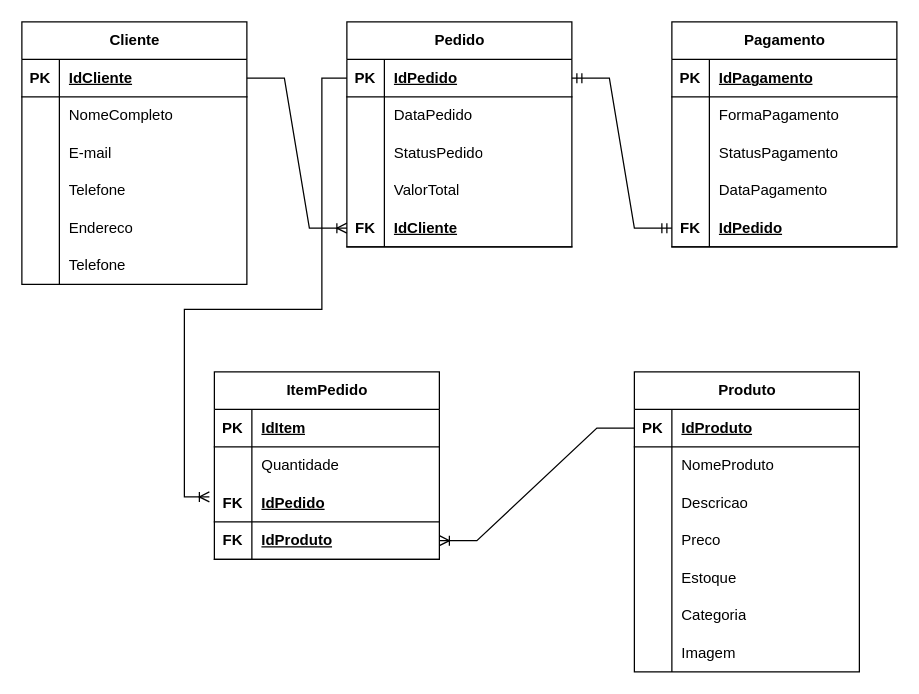
Earlier version of the draw.io diagram page "Modelo Lógico" (2 of 3) of BancoDeDados/ProjetoECommerce.drawio (ThalitaNeves95/ProjetoECommerce). Source tidied: cells renumbered, new cells numbered last; positions are measured from the earlier drawing's top-left corner, leaving out a move shared by most shapes. Both pictures are drawn from the tidied source at 125%, with x=0, y=0 at pixel (21, 21).
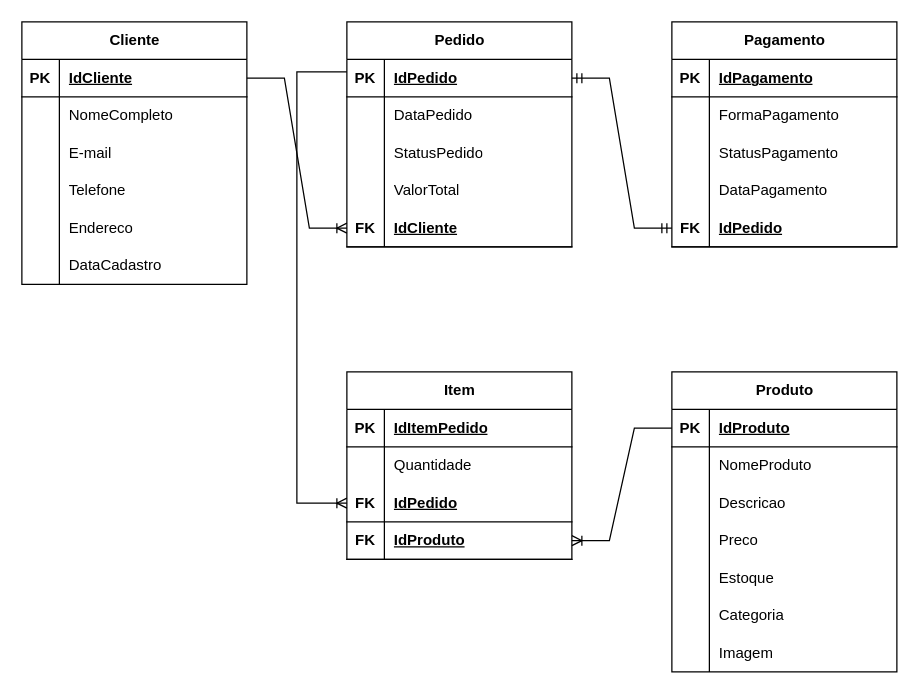
The same diagram, later.

Unchanged cells that the change refers to:
```xml
<mxCell id="19" style="shape=tableRow;horizontal=0;startSize=0;swimlaneHead=0;swimlaneBody=0;fillColor=none;top=0;left=0;right=0;bottom=0;" parent="3" vertex="1">
  <mxGeometry y="180" width="180" height="30" as="geometry" />
</mxCell>
<mxCell id="23" style="shape=tableRow;horizontal=0;startSize=0;swimlaneHead=0;swimlaneBody=0;fillColor=none;points=[[0,0.5],[1,0.5]];portConstraint=eastwest;top=0;left=0;right=0;bottom=1;" parent="22" vertex="1">
  <mxGeometry y="30" width="180" height="30" as="geometry" />
</mxCell>
<mxCell id="55" style="shape=tableRow;horizontal=0;startSize=0;swimlaneHead=0;swimlaneBody=0;fillColor=none;top=0;left=0;right=0;bottom=1;" parent="54" vertex="1">
  <mxGeometry y="30" width="180" height="30" as="geometry" />
</mxCell>
<mxCell id="61" style="shape=tableRow;horizontal=0;startSize=0;swimlaneHead=0;swimlaneBody=0;fillColor=none;points=[[0,0.5],[1,0.5]];portConstraint=eastwest;top=0;left=0;right=0;bottom=1;" parent="54" vertex="1">
  <mxGeometry y="90" width="180" height="30" as="geometry" />
</mxCell>
```

What changed in the source:
```diff
@@
-    <mxCell id="21" value="Telefone" style="shape=partialRectangle;fillColor=none;top=0;left=0;bottom=0;right=0;align=left;spacingLeft=6;overflow=hidden;whiteSpace=wrap;html=1;" parent="19" vertex="1">
-      <mxGeometry x="30" width="150" height="30" as="geometry" />
-    </mxCell>
+    <mxCell id="92" value="DataCadastro&amp;nbsp;" style="shape=partialRectangle;fillColor=none;top=0;left=0;bottom=0;right=0;align=left;spacingLeft=6;overflow=hidden;whiteSpace=wrap;html=1;" parent="19" vertex="1">
+      <mxGeometry x="30" width="150" height="30" as="geometry" />
+    </mxCell>
@@
-    <mxCell id="54" value="ItemPedido" style="shape=table;startSize=30;childLayout=tableLayout;rowLines=0;fontStyle=1;align=center;html=1;" parent="1" vertex="1">
-      <mxGeometry x="154" y="280" width="180" height="150" as="geometry" />
+    <mxCell id="54" value="Item" style="shape=table;startSize=30;childLayout=tableLayout;rowLines=0;fontStyle=1;align=center;html=1;" parent="1" vertex="1">
+      <mxGeometry x="260" y="280" width="180" height="150" as="geometry" />
     </mxCell>
@@
-    <mxCell id="57" value="IdItem" style="shape=partialRectangle;fillColor=none;top=0;left=0;bottom=0;right=0;align=left;spacingLeft=6;fontStyle=5;overflow=hidden;whiteSpace=wrap;html=1;" parent="55" vertex="1">
+    <mxCell id="57" value="IdItemPedido" style="shape=partialRectangle;fillColor=none;top=0;left=0;bottom=0;right=0;align=left;spacingLeft=6;fontStyle=5;overflow=hidden;whiteSpace=wrap;html=1;" parent="55" vertex="1">
       <mxGeometry x="30" width="150" height="30" as="geometry" />
     </mxCell>
@@
     <mxCell id="67" value="Produto" style="shape=table;startSize=30;childLayout=tableLayout;rowLines=0;fontStyle=1;align=center;html=1;" parent="1" vertex="1">
-      <mxGeometry x="490" y="280" width="180" height="240" as="geometry" />
+      <mxGeometry x="520" y="280" width="180" height="240" as="geometry" />
     </mxCell>
@@
-    <mxCell id="89" style="edgeStyle=entityRelationEdgeStyle;fontSize=12;html=1;endArrow=ERmandOne;startArrow=ERmandOne;rounded=0;entryX=0;entryY=0.5;entryDx=0;entryDy=0;exitX=1;exitY=0.5;exitDx=0;exitDy=0;" parent="1" edge="1">
+    <mxCell id="89" style="edgeStyle=entityRelationEdgeStyle;fontSize=12;html=1;endArrow=ERmandOne;startArrow=ERmandOne;rounded=0;entryX=0;entryY=0.5;entryDx=0;entryDy=0;exitX=1;exitY=0.5;exitDx=0;exitDy=0;" parent="1" edge="1" source="23">
       <mxGeometry relative="1" as="geometry">
-        <mxPoint x="440" y="45" as="sourcePoint" />
         <mxPoint x="520" y="165" as="targetPoint" />
       </mxGeometry>
     </mxCell>
+    <mxCell id="93" style="fontSize=12;html=1;endArrow=ERoneToMany;rounded=0;entryX=0;entryY=0.5;entryDx=0;entryDy=0;edgeStyle=elbowEdgeStyle;" parent="1" edge="1" target="61">
+      <mxGeometry relative="1" as="geometry">
+        <mxPoint x="260" y="40" as="sourcePoint" />
+        <Array as="points">
+          <mxPoint x="220" y="150" />
+          <mxPoint x="210" y="210" />
+        </Array>
+      </mxGeometry>
+    </mxCell>
@@
-    <mxCell id="91" style="fontSize=12;html=1;endArrow=ERoneToMany;rounded=0;edgeStyle=orthogonalEdgeStyle;exitX=0;exitY=0.5;exitDx=0;exitDy=0;" parent="1" edge="1" source="23">
-      <mxGeometry relative="1" as="geometry">
-        <mxPoint x="150" y="380" as="targetPoint" />
-        <Array as="points">
-          <mxPoint x="240" y="45" />
-          <mxPoint x="240" y="230" />
-          <mxPoint x="130" y="230" />
-          <mxPoint x="130" y="380" />
-        </Array>
-      </mxGeometry>
-    </mxCell>
```
